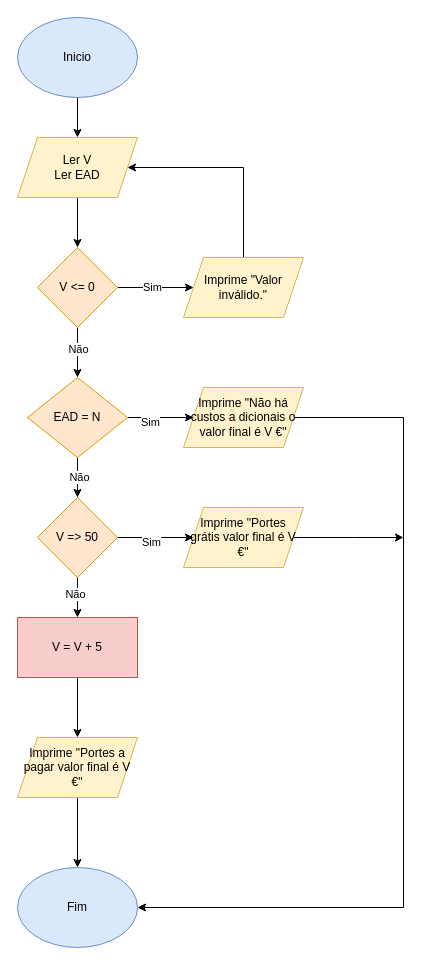
Before: Fluxograma 12.drawio in Kinner25/Fluxogramas, a draw.io diagram. Source tidied: cells renumbered, new cells numbered last; positions are measured from the earlier drawing's top-left corner, leaving out a move shared by most shapes. Both pictures are drawn from the tidied source at 100%, with x=0, y=0 at pixel (17, 17).
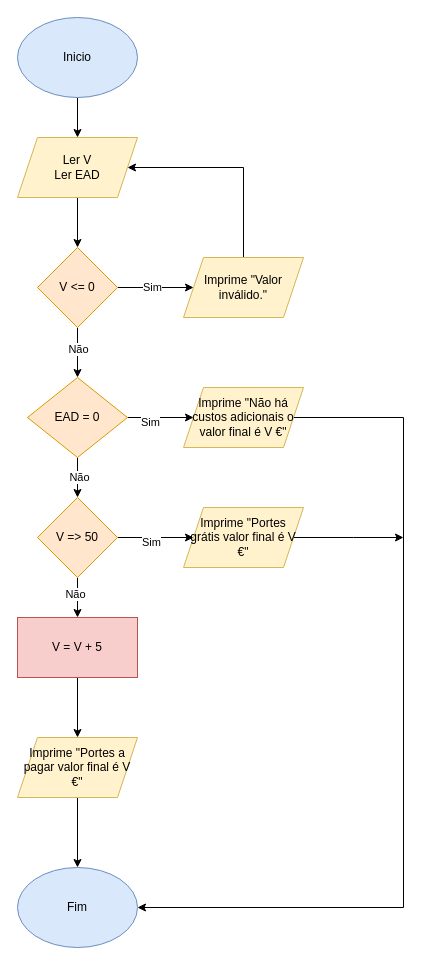
After the change.

The edit, as a diff of the source:
```diff
@@
-    <mxCell id="10" value="EAD = N" style="rhombus;whiteSpace=wrap;html=1;shapeInside=1;fillColor=#ffe6cc;strokeColor=#d79b00;" parent="1" vertex="1">
+    <mxCell id="10" value="EAD = 0" style="rhombus;whiteSpace=wrap;html=1;shapeInside=1;fillColor=#ffe6cc;strokeColor=#d79b00;" parent="1" vertex="1">
       <mxGeometry x="10" y="360" width="100" height="80" as="geometry" />
     </mxCell>
@@
-    <mxCell id="12" value="Imprime &quot;Não há custos a dicionais o valor final é V €&quot;" style="shape=parallelogram;perimeter=parallelogramPerimeter;whiteSpace=wrap;html=1;shapeInside=1;fixedSize=1;fillColor=#fff2cc;strokeColor=#d6b656;" parent="1" vertex="1">
+    <mxCell id="12" value="Imprime &quot;Não há custos adicionais o valor final é V €&quot;" style="shape=parallelogram;perimeter=parallelogramPerimeter;whiteSpace=wrap;html=1;shapeInside=1;fixedSize=1;fillColor=#fff2cc;strokeColor=#d6b656;" parent="1" vertex="1">
       <mxGeometry x="166" y="370" width="120" height="60" as="geometry" />
     </mxCell>
```
